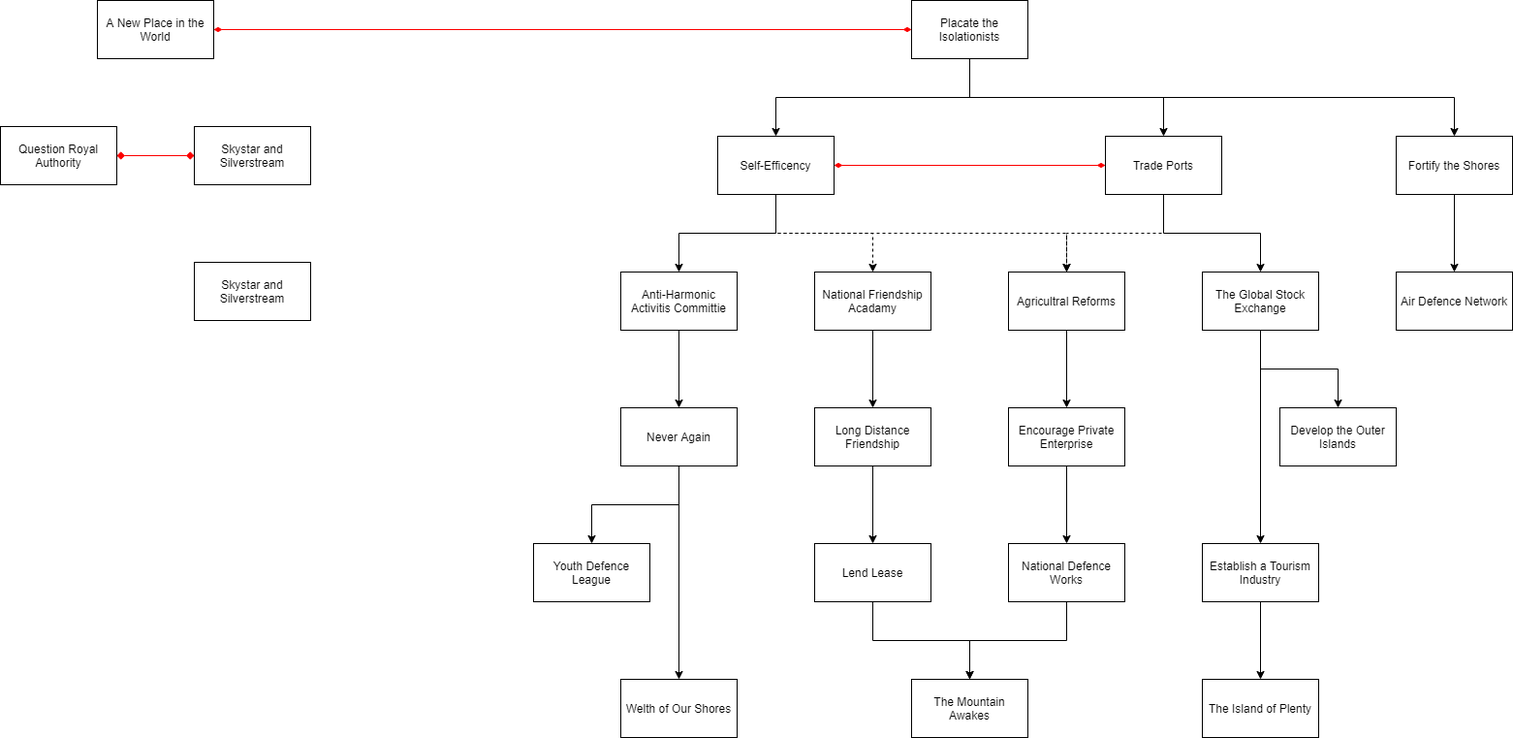
Above: common/national_focus/HIP.drawio.png in EaW-Team/equestria_dev (draw.io), before the change. Source tidied: cells renumbered, new cells last; positions are measured from the earlier drawing's top-left corner, leaving out a move shared by most shapes.
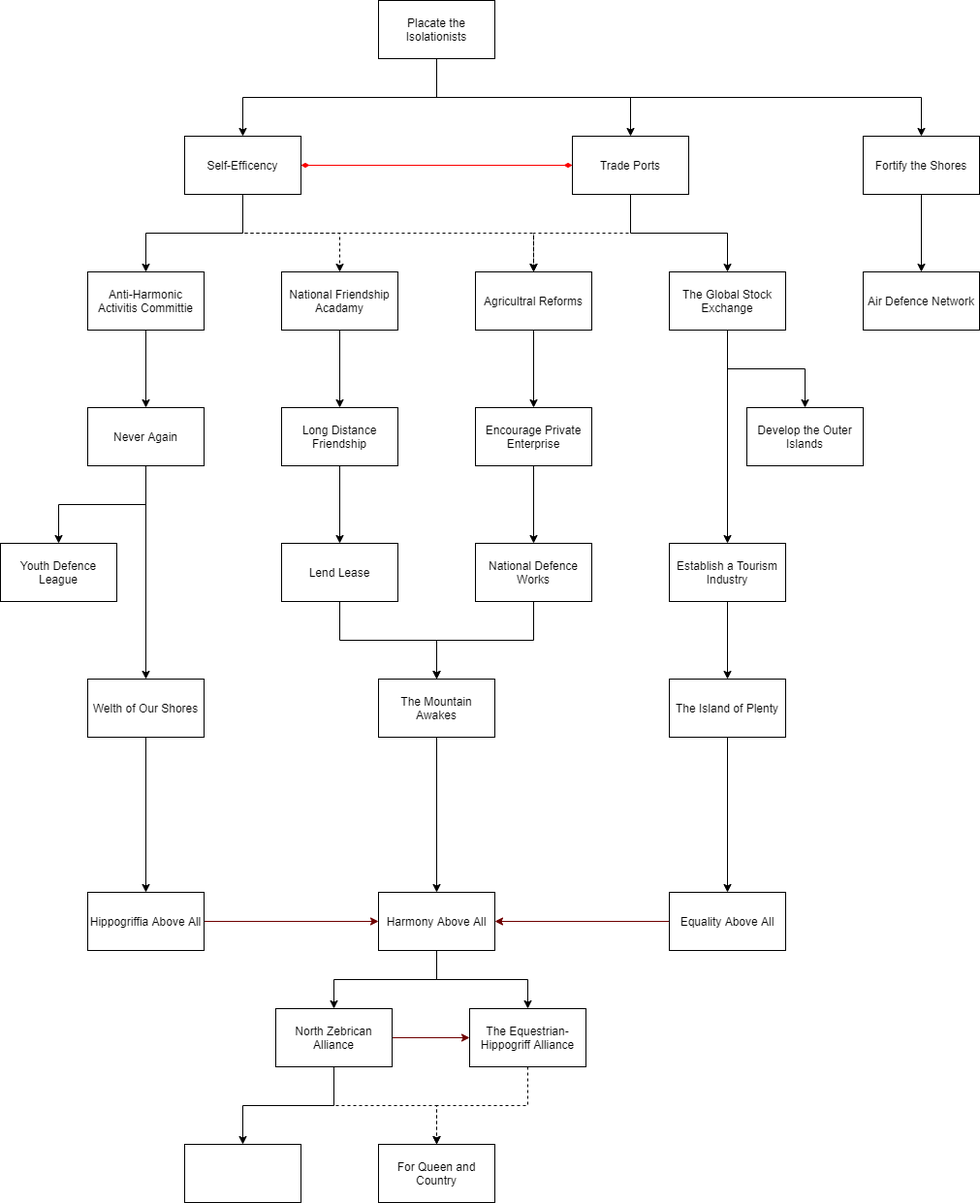
After the commit.

Commit message:
HIP Design Work

What changed in the source:
```diff
@@ -26,36 +26,9 @@
         </Array>
       </mxGeometry>
     </mxCell>
-    <mxCell id="5" style="edgeStyle=orthogonalEdgeStyle;rounded=0;jettySize=auto;html=1;startArrow=diamondThin;startFill=1;endArrow=diamondThin;endFill=1;strokeColor=#FC0000;" parent="1" edge="1" source="6" target="9">
-      <mxGeometry relative="1" as="geometry" />
-    </mxCell>
     <mxCell id="6" value="Placate the Isolationists" style="rounded=0;whiteSpace=wrap;html=1;" parent="1" vertex="1">
       <mxGeometry x="940" width="120" height="60" as="geometry" />
     </mxCell>
-    <mxCell id="7" style="edgeStyle=orthogonalEdgeStyle;rounded=0;jettySize=auto;html=1;startArrow=none;startFill=0;endArrow=classicThin;endFill=1;strokeColor=#FFFFFF;" parent="1" edge="1" source="9" target="14">
-      <mxGeometry relative="1" as="geometry" />
-    </mxCell>
-    <mxCell id="8" style="edgeStyle=orthogonalEdgeStyle;rounded=0;jettySize=auto;html=1;startArrow=none;startFill=0;endArrow=classicThin;endFill=1;strokeColor=#FFFFFF;" parent="1" edge="1" source="9" target="11">
-      <mxGeometry relative="1" as="geometry" />
-    </mxCell>
-    <mxCell id="9" value="A New Place in the World" style="rounded=0;whiteSpace=wrap;html=1;" parent="1" vertex="1">
-      <mxGeometry x="100" width="120" height="60" as="geometry" />
-    </mxCell>
-    <mxCell id="10" style="edgeStyle=orthogonalEdgeStyle;rounded=0;jettySize=auto;html=1;startArrow=none;startFill=0;endArrow=classic;endFill=1;strokeColor=#FFFFFF;" parent="1" edge="1" source="11" target="12">
-      <mxGeometry relative="1" as="geometry" />
-    </mxCell>
-    <mxCell id="11" value="Skystar and Silverstream" style="rounded=0;whiteSpace=wrap;html=1;" parent="1" vertex="1">
-      <mxGeometry x="200" y="130" width="120" height="60" as="geometry" />
-    </mxCell>
-    <mxCell id="12" value="Skystar and Silverstream" style="rounded=0;whiteSpace=wrap;html=1;" parent="1" vertex="1">
-      <mxGeometry x="200" y="270" width="120" height="60" as="geometry" />
-    </mxCell>
-    <mxCell id="13" style="edgeStyle=orthogonalEdgeStyle;rounded=0;jettySize=auto;html=1;startArrow=diamond;startFill=1;endArrow=diamond;endFill=1;strokeColor=#FC0000;" parent="1" edge="1" source="14" target="11">
-      <mxGeometry relative="1" as="geometry" />
-    </mxCell>
-    <mxCell id="14" value="Question Royal Authority" style="rounded=0;whiteSpace=wrap;html=1;" parent="1" vertex="1">
-      <mxGeometry y="130" width="120" height="60" as="geometry" />
-    </mxCell>
     <mxCell id="15" style="edgeStyle=orthogonalEdgeStyle;rounded=0;jettySize=auto;html=1;fillColor=#a20025;strokeColor=#FC0000;startArrow=diamondThin;startFill=1;endArrow=diamondThin;endFill=1;" parent="1" edge="1" source="19" target="43">
       <mxGeometry relative="1" as="geometry" />
     </mxCell>
@@ -94,6 +67,9 @@
     <mxCell id="25" value="Lend Lease" style="rounded=0;whiteSpace=wrap;html=1;" parent="1" vertex="1">
       <mxGeometry x="840" y="560" width="120" height="60" as="geometry" />
     </mxCell>
+    <mxCell id="53" style="edgeStyle=orthogonalEdgeStyle;rounded=0;jettySize=auto;html=1;" parent="1" edge="1" source="26" target="10">
+      <mxGeometry relative="1" as="geometry" />
+    </mxCell>
     <mxCell id="26" value="The Mountain Awakes" style="rounded=0;whiteSpace=wrap;html=1;" parent="1" vertex="1">
       <mxGeometry x="940" y="700" width="120" height="60" as="geometry" />
     </mxCell>
@@ -115,6 +91,9 @@
     <mxCell id="32" value="Youth Defence League" style="rounded=0;whiteSpace=wrap;html=1;" parent="1" vertex="1">
       <mxGeometry x="550" y="560" width="120" height="60" as="geometry" />
     </mxCell>
+    <mxCell id="54" style="edgeStyle=orthogonalEdgeStyle;rounded=0;jettySize=auto;html=1;" parent="1" edge="1" source="33" target="59">
+      <mxGeometry relative="1" as="geometry" />
+    </mxCell>
     <mxCell id="33" value="Welth of Our Shores" style="rounded=0;whiteSpace=wrap;html=1;" parent="1" vertex="1">
       <mxGeometry x="640" y="700" width="120" height="60" as="geometry" />
     </mxCell>
@@ -136,6 +115,9 @@
     <mxCell id="39" value="Develop the Outer Islands" style="rounded=0;whiteSpace=wrap;html=1;" parent="1" vertex="1">
       <mxGeometry x="1320" y="420" width="120" height="60" as="geometry" />
     </mxCell>
+    <mxCell id="55" style="edgeStyle=orthogonalEdgeStyle;rounded=0;jettySize=auto;html=1;entryX=0.5;entryY=0;entryDx=0;entryDy=0;" parent="1" edge="1" source="40" target="61">
+      <mxGeometry relative="1" as="geometry" />
+    </mxCell>
     <mxCell id="40" value="The Island of Plenty" style="rounded=0;whiteSpace=wrap;html=1;" parent="1" vertex="1">
       <mxGeometry x="1240" y="700" width="120" height="60" as="geometry" />
     </mxCell>
@@ -180,5 +162,50 @@
     <mxCell id="52" value="The Global Stock Exchange" style="rounded=0;whiteSpace=wrap;html=1;" parent="1" vertex="1">
       <mxGeometry x="1240" y="280" width="120" height="60" as="geometry" />
     </mxCell>
+    <mxCell id="56" style="edgeStyle=orthogonalEdgeStyle;rounded=0;jettySize=auto;html=1;" parent="1" edge="1" source="10" target="67">
+      <mxGeometry relative="1" as="geometry" />
+    </mxCell>
+    <mxCell id="57" style="edgeStyle=orthogonalEdgeStyle;rounded=0;jettySize=auto;html=1;" parent="1" edge="1" source="10" target="65">
+      <mxGeometry relative="1" as="geometry" />
+    </mxCell>
+    <mxCell id="10" value="Harmony Above All" style="rounded=0;whiteSpace=wrap;html=1;" parent="1" vertex="1">
+      <mxGeometry x="940" y="920" width="120" height="60" as="geometry" />
+    </mxCell>
+    <mxCell id="58" style="edgeStyle=orthogonalEdgeStyle;rounded=0;jettySize=auto;html=1;fillColor=#a20025;strokeColor=#6F0000;" parent="1" edge="1" source="59" target="10">
+      <mxGeometry relative="1" as="geometry" />
+    </mxCell>
+    <mxCell id="59" value="Hippogriffia Above All" style="rounded=0;whiteSpace=wrap;html=1;" parent="1" vertex="1">
+      <mxGeometry x="640" y="920" width="120" height="60" as="geometry" />
+    </mxCell>
+    <mxCell id="60" style="edgeStyle=orthogonalEdgeStyle;rounded=0;jettySize=auto;html=1;fillColor=#a20025;strokeColor=#6F0000;" parent="1" edge="1" source="61" target="10">
+      <mxGeometry relative="1" as="geometry" />
+    </mxCell>
+    <mxCell id="61" value="Equality Above All" style="rounded=0;whiteSpace=wrap;html=1;" parent="1" vertex="1">
+      <mxGeometry x="1240" y="920" width="120" height="60" as="geometry" />
+    </mxCell>
+    <mxCell id="62" style="edgeStyle=orthogonalEdgeStyle;rounded=0;jettySize=auto;html=1;fillColor=#a20025;strokeColor=#6F0000;" parent="1" edge="1" source="65" target="67">
+      <mxGeometry relative="1" as="geometry" />
+    </mxCell>
+    <mxCell id="63" style="edgeStyle=orthogonalEdgeStyle;rounded=0;jettySize=auto;html=1;dashed=1;" parent="1" edge="1" source="65" target="68">
+      <mxGeometry relative="1" as="geometry" />
+    </mxCell>
+    <mxCell id="64" style="edgeStyle=orthogonalEdgeStyle;rounded=0;jettySize=auto;html=1;" parent="1" edge="1" source="65" target="69">
+      <mxGeometry relative="1" as="geometry" />
+    </mxCell>
+    <mxCell id="65" value="North Zebrican Alliance" style="rounded=0;whiteSpace=wrap;html=1;" parent="1" vertex="1">
+      <mxGeometry x="834" y="1040" width="120" height="60" as="geometry" />
+    </mxCell>
+    <mxCell id="66" style="edgeStyle=orthogonalEdgeStyle;rounded=0;jettySize=auto;html=1;dashed=1;" parent="1" edge="1" source="67" target="68">
+      <mxGeometry relative="1" as="geometry" />
+    </mxCell>
+    <mxCell id="67" value="The Equestrian-Hippogriff Alliance" style="rounded=0;whiteSpace=wrap;html=1;" parent="1" vertex="1">
+      <mxGeometry x="1034" y="1040" width="120" height="60" as="geometry" />
+    </mxCell>
+    <mxCell id="68" value="For Queen and Country" style="whiteSpace=wrap;html=1;rounded=0;" parent="1" vertex="1">
+      <mxGeometry x="940" y="1180" width="120" height="60" as="geometry" />
+    </mxCell>
+    <mxCell id="69" style="whiteSpace=wrap;html=1;rounded=0;" parent="1" vertex="1">
+      <mxGeometry x="740" y="1180" width="120" height="60" as="geometry" />
+    </mxCell>
   </root>
 </mxGraphModel>
```
